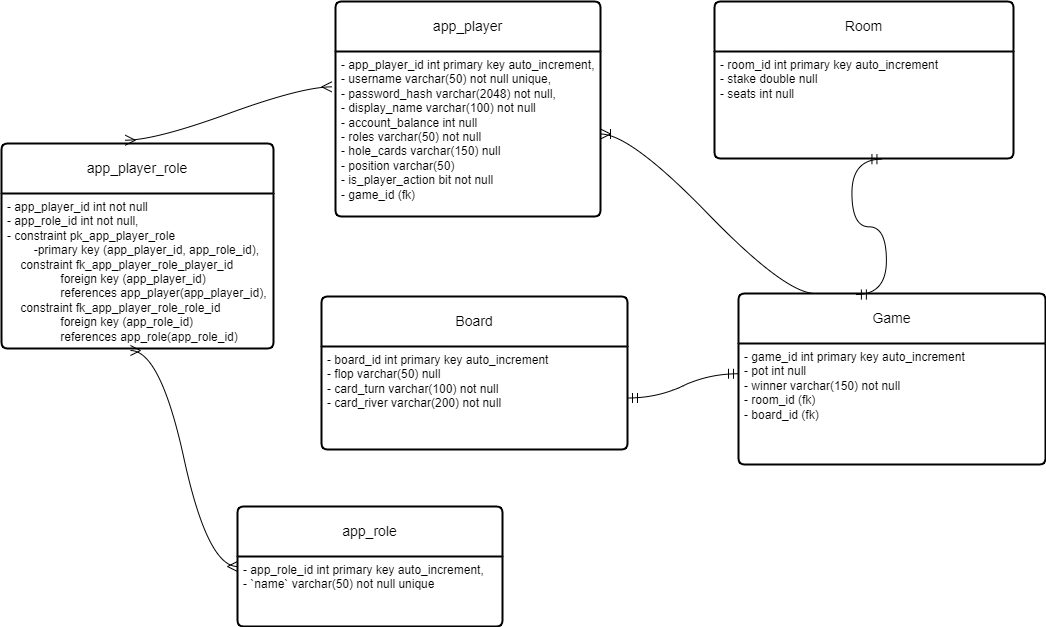
Earlier version of the draw.io export 8-bit-poker.drawio.png (tcarey-dev/8-Bit-Poker-Backend). Source tidied: cells renumbered, new cells last; positions are measured from the earlier drawing's top-left corner, leaving out a move shared by most shapes.
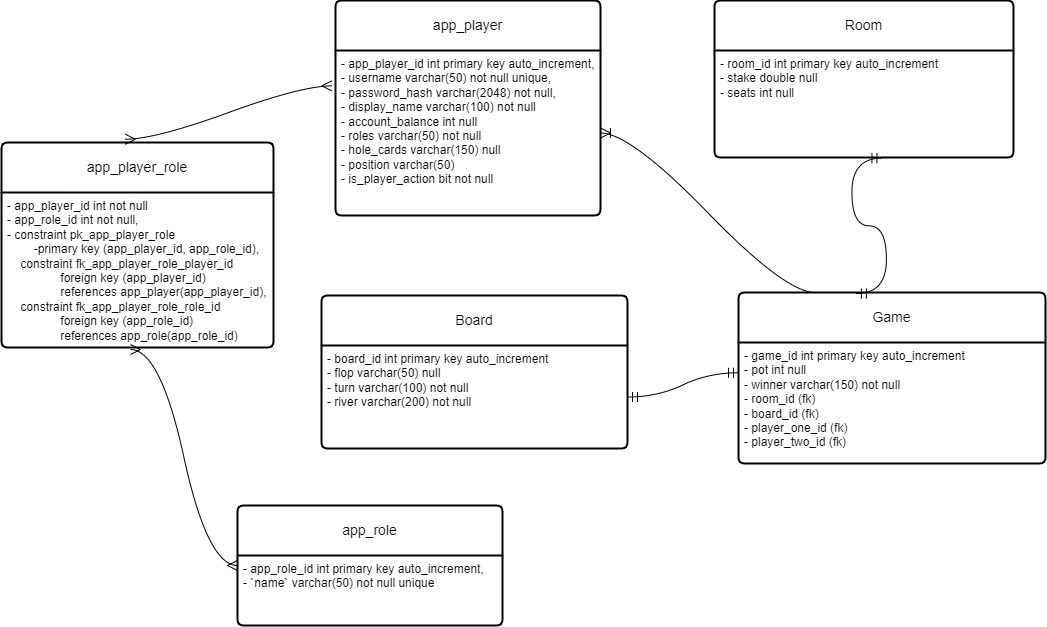
Later version of the same file.

Commit message:
updated schema with players 1 - 2

The edit, as a diff of the source:
```diff
@@ -5,7 +5,7 @@
     <mxCell id="2" value="app_player" style="swimlane;horizontal=1;startSize=50;rounded=1;fontSize=14;fontStyle=0;strokeWidth=2;shadow=0;dashed=0;align=center;arcSize=4;whiteSpace=wrap;html=1;" parent="1" vertex="1">
       <mxGeometry x="334" width="265" height="215" as="geometry" />
     </mxCell>
-    <mxCell id="3" value="- app_player_id int primary key auto_increment,&lt;br&gt;- username varchar(50) not null unique,&lt;br&gt;- password_hash varchar(2048) not null,&lt;br&gt;- display_name varchar(100) not null&lt;br style=&quot;border-color: var(--border-color);&quot;&gt;- account_balance int null&lt;br style=&quot;border-color: var(--border-color);&quot;&gt;- roles varchar(50) not null&lt;br style=&quot;border-color: var(--border-color);&quot;&gt;- hole_cards varchar(150) null&lt;br style=&quot;border-color: var(--border-color);&quot;&gt;- position varchar(50)&lt;br style=&quot;border-color: var(--border-color);&quot;&gt;- is_player_action bit not null&lt;br&gt;- game_id (fk)" style="align=left;strokeColor=none;fillColor=none;spacingLeft=4;fontSize=12;verticalAlign=top;html=1;" parent="2" vertex="1">
+    <mxCell id="3" value="- app_player_id int primary key auto_increment,&lt;br&gt;- username varchar(50) not null unique,&lt;br&gt;- password_hash varchar(2048) not null,&lt;br&gt;- display_name varchar(100) not null&lt;br style=&quot;border-color: var(--border-color);&quot;&gt;- account_balance int null&lt;br style=&quot;border-color: var(--border-color);&quot;&gt;- roles varchar(50) not null&lt;br style=&quot;border-color: var(--border-color);&quot;&gt;- hole_cards varchar(150) null&lt;br style=&quot;border-color: var(--border-color);&quot;&gt;- position varchar(50)&lt;br style=&quot;border-color: var(--border-color);&quot;&gt;- is_player_action bit not null&lt;br&gt;" style="align=left;strokeColor=none;fillColor=none;spacingLeft=4;fontSize=12;verticalAlign=top;html=1;" parent="2" vertex="1">
       <mxGeometry y="50" width="265" height="165" as="geometry" />
     </mxCell>
     <mxCell id="4" value="app_role" style="swimlane;horizontal=1;startSize=50;rounded=1;fontSize=14;fontStyle=0;strokeWidth=2;shadow=0;dashed=0;align=center;arcSize=4;whiteSpace=wrap;html=1;" parent="1" vertex="1">
@@ -29,13 +29,13 @@
     <mxCell id="10" value="Game" style="swimlane;horizontal=1;startSize=50;rounded=1;fontSize=14;fontStyle=0;strokeWidth=2;shadow=0;dashed=0;align=center;arcSize=4;whiteSpace=wrap;html=1;" parent="1" vertex="1">
       <mxGeometry x="737" y="292" width="307" height="171" as="geometry" />
     </mxCell>
-    <mxCell id="11" value="- game_id int primary key auto_increment&lt;br&gt;- pot int null&lt;br&gt;- winner varchar(150) not null&lt;br&gt;- room_id (fk)&lt;br&gt;- board_id (fk)&lt;br&gt;" style="align=left;strokeColor=none;fillColor=none;spacingLeft=4;fontSize=12;verticalAlign=top;html=1;" parent="10" vertex="1">
+    <mxCell id="11" value="- game_id int primary key auto_increment&lt;br&gt;- pot int null&lt;br&gt;- winner varchar(150) not null&lt;br&gt;- room_id (fk)&lt;br&gt;- board_id (fk)&lt;br&gt;- player_one_id (fk)&lt;br&gt;- player_two_id (fk)" style="align=left;strokeColor=none;fillColor=none;spacingLeft=4;fontSize=12;verticalAlign=top;html=1;" parent="10" vertex="1">
       <mxGeometry y="50" width="307" height="121" as="geometry" />
     </mxCell>
     <mxCell id="12" value="Board" style="swimlane;horizontal=1;startSize=50;rounded=1;fontSize=14;fontStyle=0;strokeWidth=2;shadow=0;dashed=0;align=center;arcSize=4;whiteSpace=wrap;html=1;" parent="1" vertex="1">
       <mxGeometry x="320" y="295" width="306" height="153" as="geometry" />
     </mxCell>
-    <mxCell id="13" value="- board_id int primary key auto_increment&lt;br&gt;- flop varchar(50) null&lt;br&gt;- card_turn varchar(100) not null&lt;br&gt;- card_river varchar(200) not null" style="align=left;strokeColor=none;fillColor=none;spacingLeft=4;fontSize=12;verticalAlign=top;html=1;" parent="12" vertex="1">
+    <mxCell id="13" value="- board_id int primary key auto_increment&lt;br&gt;- flop varchar(50) null&lt;br&gt;- turn varchar(100) not null&lt;br&gt;- river varchar(200) not null&lt;br&gt;" style="align=left;strokeColor=none;fillColor=none;spacingLeft=4;fontSize=12;verticalAlign=top;html=1;" parent="12" vertex="1">
       <mxGeometry y="50" width="306" height="103" as="geometry" />
     </mxCell>
     <mxCell id="14" style="edgeStyle=entityRelationEdgeStyle;fontSize=12;html=1;endArrow=ERmany;startArrow=ERmany;rounded=0;startSize=8;endSize=8;curved=1;exitX=0.455;exitY=-0.016;exitDx=0;exitDy=0;exitPerimeter=0;entryX=-0.014;entryY=0.397;entryDx=0;entryDy=0;entryPerimeter=0;" parent="1" edge="1" source="6" target="2">
```
